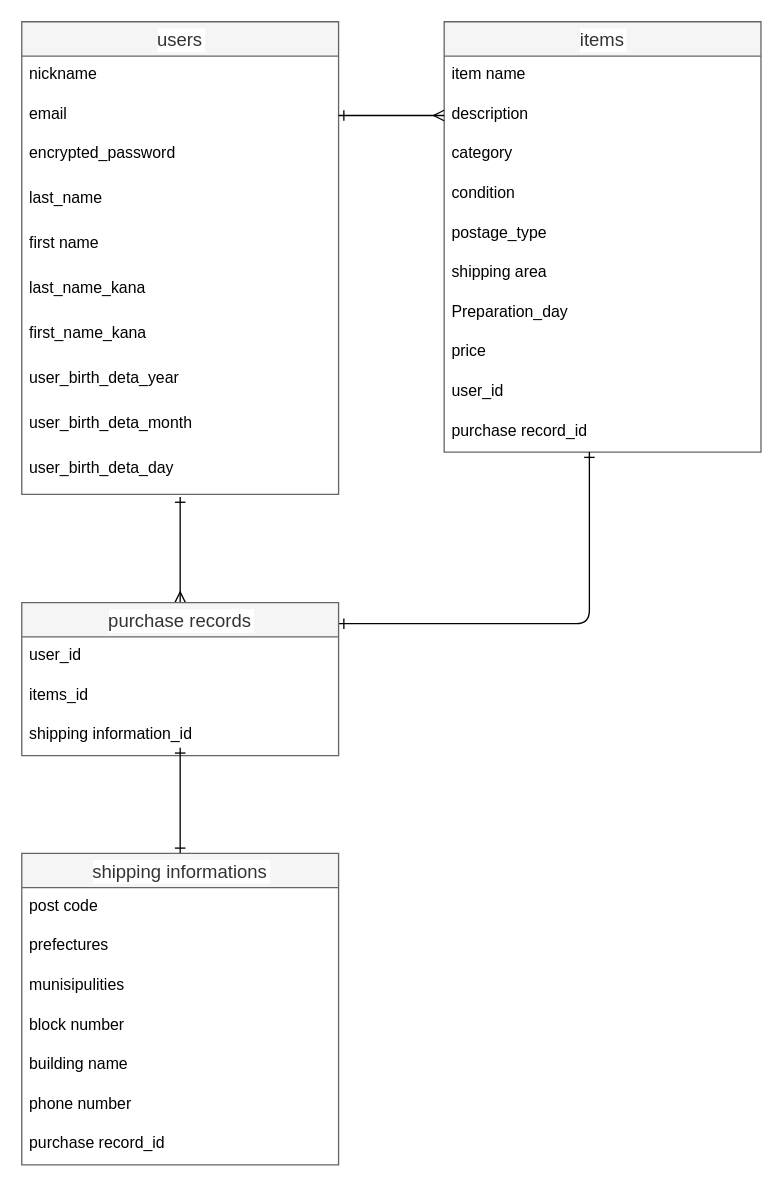
Before: furima.dio in m-nkmr1205/furima-37679, a draw.io diagram. Source tidied: cells renumbered, new cells numbered last; positions are measured from the earlier drawing's top-left corner, leaving out a move shared by most shapes. Both pictures are drawn from the tidied source at 132%, with x=0, y=0 at pixel (21, 21).
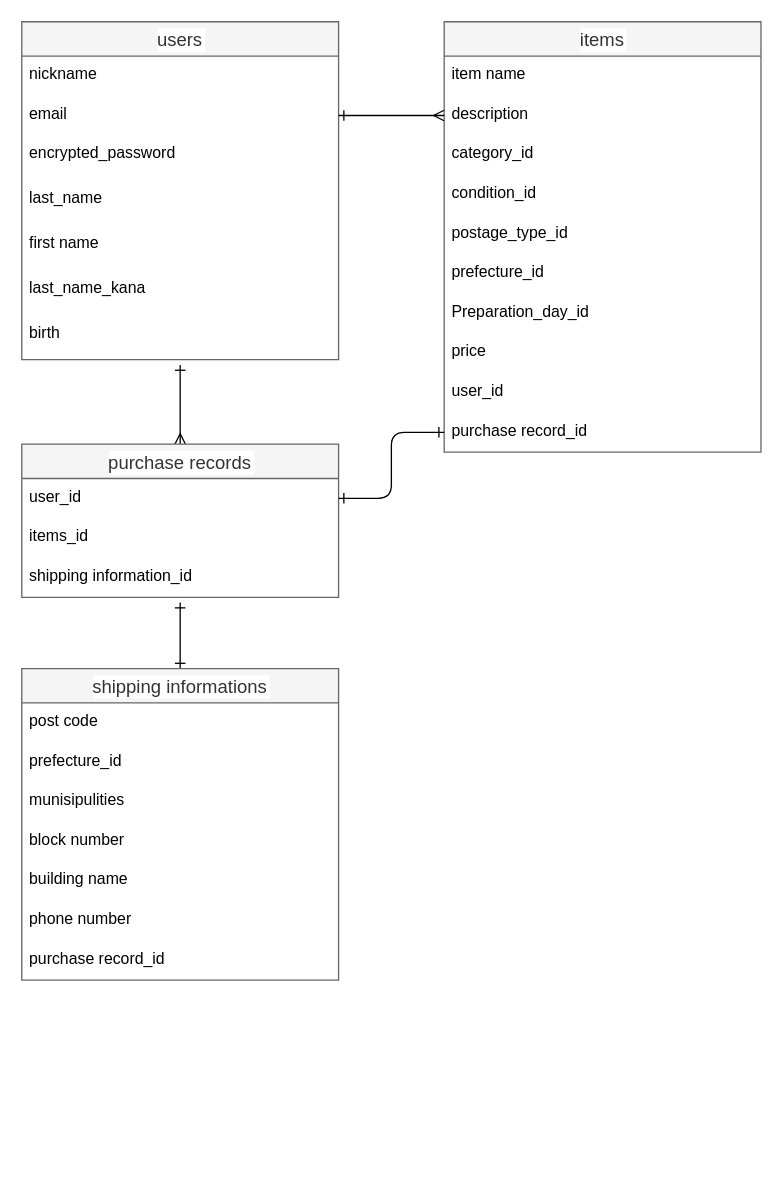
After the change.

Commit message (it also covers changes not shown here):
テーブル設計の修正２

Unchanged cells that the change refers to:
```xml
<mxCell id="13" value="items" style="swimlane;fontStyle=0;horizontal=1;startSize=26;align=center;fontSize=14;fillColor=#f5f5f5;fontColor=#333333;strokeColor=#666666;labelBackgroundColor=#FFFFFF;labelBorderColor=none;" parent="1" vertex="1">
  <mxGeometry x="320" width="240" height="326" as="geometry" />
</mxCell>
<mxCell id="23" value="purchase record_id" style="text;strokeColor=none;fillColor=none;spacingLeft=4;spacingRight=4;overflow=hidden;points=[[0,0.5],[1,0.5]];portConstraint=eastwest;fontSize=12;" parent="13" vertex="1">
  <mxGeometry y="296" width="240" height="30" as="geometry" />
</mxCell>
<mxCell id="27" value="user_id" style="text;strokeColor=none;fillColor=none;spacingLeft=4;spacingRight=4;overflow=hidden;points=[[0,0.5],[1,0.5]];portConstraint=eastwest;fontSize=12;" parent="26" vertex="1">
  <mxGeometry y="26" width="240" height="30" as="geometry" />
</mxCell>
```

What changed in the source:
```diff
@@
     <mxCell id="2" value="users" style="swimlane;fontStyle=0;horizontal=1;startSize=26;align=center;fontSize=14;fillColor=#f5f5f5;fontColor=#333333;strokeColor=#666666;labelBackgroundColor=#FFFFFF;" parent="1" vertex="1">
-      <mxGeometry width="240" height="358" as="geometry" />
+      <mxGeometry width="240" height="256" as="geometry" />
     </mxCell>
@@
-    <mxCell id="9" value="first_name_kana" style="text;strokeColor=none;fillColor=none;spacingLeft=4;spacingRight=4;overflow=hidden;fontSize=12;" parent="2" vertex="1">
+    <mxCell id="9" value="birth" style="text;strokeColor=none;fillColor=none;spacingLeft=4;spacingRight=4;overflow=hidden;fontSize=12;" parent="2" vertex="1">
       <mxGeometry y="222" width="240" height="34" as="geometry" />
     </mxCell>
-    <mxCell id="10" value="user_birth_deta_year&#10;" style="text;strokeColor=none;fillColor=none;spacingLeft=4;spacingRight=4;overflow=hidden;fontSize=12;" parent="2" vertex="1">
-      <mxGeometry y="256" width="240" height="34" as="geometry" />
-    </mxCell>
-    <mxCell id="11" value="user_birth_deta_month" style="text;strokeColor=none;fillColor=none;spacingLeft=4;spacingRight=4;overflow=hidden;fontSize=12;" parent="2" vertex="1">
-      <mxGeometry y="290" width="240" height="34" as="geometry" />
-    </mxCell>
-    <mxCell id="12" value="user_birth_deta_day" style="text;strokeColor=none;fillColor=none;spacingLeft=4;spacingRight=4;overflow=hidden;fontSize=12;" parent="2" vertex="1">
-      <mxGeometry y="324" width="240" height="34" as="geometry" />
-    </mxCell>
@@
-    <mxCell id="16" value="category" style="text;strokeColor=none;fillColor=none;spacingLeft=4;spacingRight=4;overflow=hidden;fontSize=12;" parent="13" vertex="1">
+    <mxCell id="16" value="category_id" style="text;strokeColor=none;fillColor=none;spacingLeft=4;spacingRight=4;overflow=hidden;fontSize=12;" parent="13" vertex="1">
       <mxGeometry y="86" width="240" height="30" as="geometry" />
     </mxCell>
-    <mxCell id="17" value="condition" style="text;strokeColor=none;fillColor=none;spacingLeft=4;spacingRight=4;overflow=hidden;fontSize=12;" parent="13" vertex="1">
+    <mxCell id="17" value="condition_id" style="text;strokeColor=none;fillColor=none;spacingLeft=4;spacingRight=4;overflow=hidden;fontSize=12;" parent="13" vertex="1">
       <mxGeometry y="116" width="240" height="30" as="geometry" />
     </mxCell>
-    <mxCell id="18" value="postage_type" style="text;strokeColor=none;fillColor=none;spacingLeft=4;spacingRight=4;overflow=hidden;fontSize=12;" parent="13" vertex="1">
+    <mxCell id="18" value="postage_type_id" style="text;strokeColor=none;fillColor=none;spacingLeft=4;spacingRight=4;overflow=hidden;fontSize=12;" parent="13" vertex="1">
       <mxGeometry y="146" width="240" height="30" as="geometry" />
     </mxCell>
-    <mxCell id="19" value="shipping area" style="text;strokeColor=none;fillColor=none;spacingLeft=4;spacingRight=4;overflow=hidden;fontSize=12;" parent="13" vertex="1">
+    <mxCell id="19" value="prefecture_id" style="text;strokeColor=none;fillColor=none;spacingLeft=4;spacingRight=4;overflow=hidden;fontSize=12;" parent="13" vertex="1">
       <mxGeometry y="176" width="240" height="30" as="geometry" />
     </mxCell>
-    <mxCell id="20" value="Preparation_day" style="text;strokeColor=none;fillColor=none;spacingLeft=4;spacingRight=4;overflow=hidden;fontSize=12;" parent="13" vertex="1">
+    <mxCell id="20" value="Preparation_day_id" style="text;strokeColor=none;fillColor=none;spacingLeft=4;spacingRight=4;overflow=hidden;fontSize=12;" parent="13" vertex="1">
       <mxGeometry y="206" width="240" height="30" as="geometry" />
     </mxCell>
@@
-    <mxCell id="24" style="edgeStyle=orthogonalEdgeStyle;html=1;fontColor=#FFFFFF;startArrow=ERone;startFill=0;endArrow=ERone;endFill=0;" parent="13" edge="1">
-      <mxGeometry relative="1" as="geometry">
-        <mxPoint x="-80" y="456" as="sourcePoint" />
-        <mxPoint x="110" y="326" as="targetPoint" />
-        <Array as="points">
-          <mxPoint x="110" y="456" />
-        </Array>
-      </mxGeometry>
-    </mxCell>
-    <mxCell id="25" style="edgeStyle=none;jumpSize=6;html=1;exitX=0.5;exitY=0;exitDx=0;exitDy=0;startArrow=ERmany;startFill=0;endArrow=ERone;endFill=0;targetPerimeterSpacing=0;strokeWidth=1;" parent="1" edge="1" source="26">
+    <mxCell id="25" style="edgeStyle=none;jumpSize=6;html=1;startArrow=ERmany;startFill=0;endArrow=ERone;endFill=0;targetPerimeterSpacing=0;strokeWidth=1;" parent="1" edge="1">
       <mxGeometry relative="1" as="geometry">
-        <mxPoint x="120" y="360" as="targetPoint" />
+        <mxPoint x="120" y="320" as="sourcePoint" />
+        <mxPoint x="120" y="260" as="targetPoint" />
       </mxGeometry>
     </mxCell>
     <mxCell id="26" value="purchase records" style="swimlane;fontStyle=0;horizontal=1;startSize=26;align=center;fontSize=14;fillColor=#f5f5f5;fontColor=#333333;strokeColor=#666666;labelBackgroundColor=#FFFFFF;" parent="1" vertex="1">
-      <mxGeometry y="440" width="240" height="116" as="geometry" />
+      <mxGeometry y="320" width="240" height="116" as="geometry" />
     </mxCell>
@@
-    <mxCell id="30" style="edgeStyle=none;jumpSize=6;html=1;exitX=0.5;exitY=0;exitDx=0;exitDy=0;startArrow=ERone;startFill=0;endArrow=ERone;endFill=0;targetPerimeterSpacing=0;strokeWidth=1;" parent="1" edge="1" source="31">
-      <mxGeometry relative="1" as="geometry">
-        <mxPoint x="120" y="550" as="targetPoint" />
-      </mxGeometry>
-    </mxCell>
+    <mxCell id="40" style="edgeStyle=orthogonalEdgeStyle;html=1;exitX=0.5;exitY=0;exitDx=0;exitDy=0;fontColor=#FFFFFF;startArrow=ERone;startFill=0;endArrow=ERone;endFill=0;" parent="1" edge="1" source="31">
+      <mxGeometry relative="1" as="geometry">
+        <mxPoint x="120" y="440" as="targetPoint" />
+      </mxGeometry>
+    </mxCell>
     <mxCell id="31" value="shipping informations" style="swimlane;fontStyle=0;horizontal=1;startSize=26;align=center;fontSize=14;fillColor=#f5f5f5;fontColor=#333333;strokeColor=#666666;labelBackgroundColor=#FFFFFF;" parent="1" vertex="1">
-      <mxGeometry y="630" width="240" height="236" as="geometry" />
+      <mxGeometry y="490" width="240" height="236" as="geometry" />
     </mxCell>
@@
-    <mxCell id="33" value="prefectures" style="text;strokeColor=none;fillColor=none;spacingLeft=4;spacingRight=4;overflow=hidden;fontSize=12;" parent="31" vertex="1">
+    <mxCell id="33" value="prefecture_id" style="text;strokeColor=none;fillColor=none;spacingLeft=4;spacingRight=4;overflow=hidden;fontSize=12;" parent="31" vertex="1">
       <mxGeometry y="56" width="240" height="30" as="geometry" />
     </mxCell>
@@
+    <mxCell id="41" style="edgeStyle=orthogonalEdgeStyle;html=1;exitX=1;exitY=0.5;exitDx=0;exitDy=0;entryX=0;entryY=0.5;entryDx=0;entryDy=0;fontColor=#FFFFFF;startArrow=ERone;startFill=0;endArrow=ERone;endFill=0;" parent="1" edge="1" source="27" target="23">
+      <mxGeometry relative="1" as="geometry" />
+    </mxCell>
```
